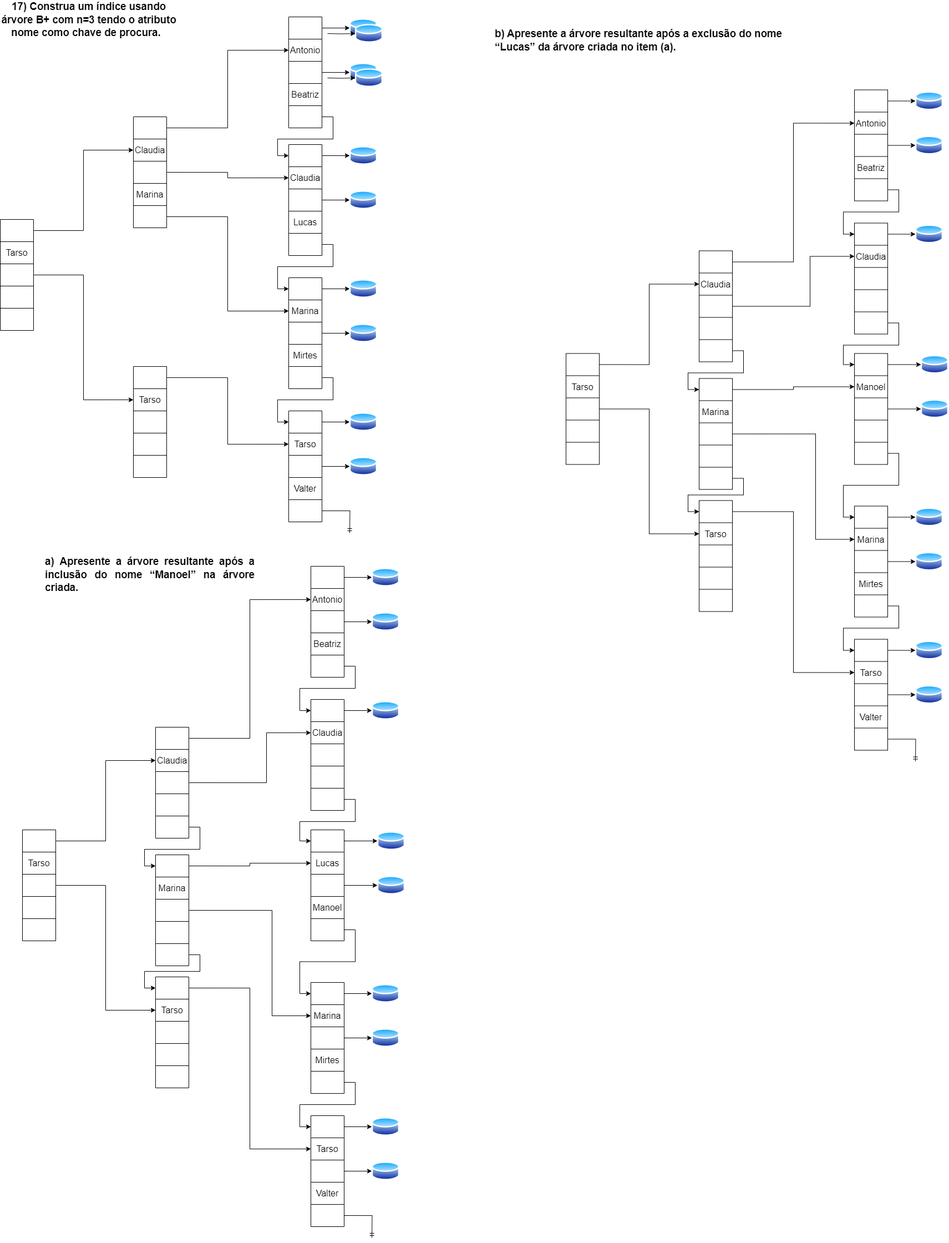
This is Arvore B+.drawio.png from VitorFonseca123/exerc_indice_BD, a draw.io export, as it was before one commit. Source tidied: cells renumbered, new cells last; positions are measured from the earlier drawing's top-left corner, leaving out a move shared by most shapes.
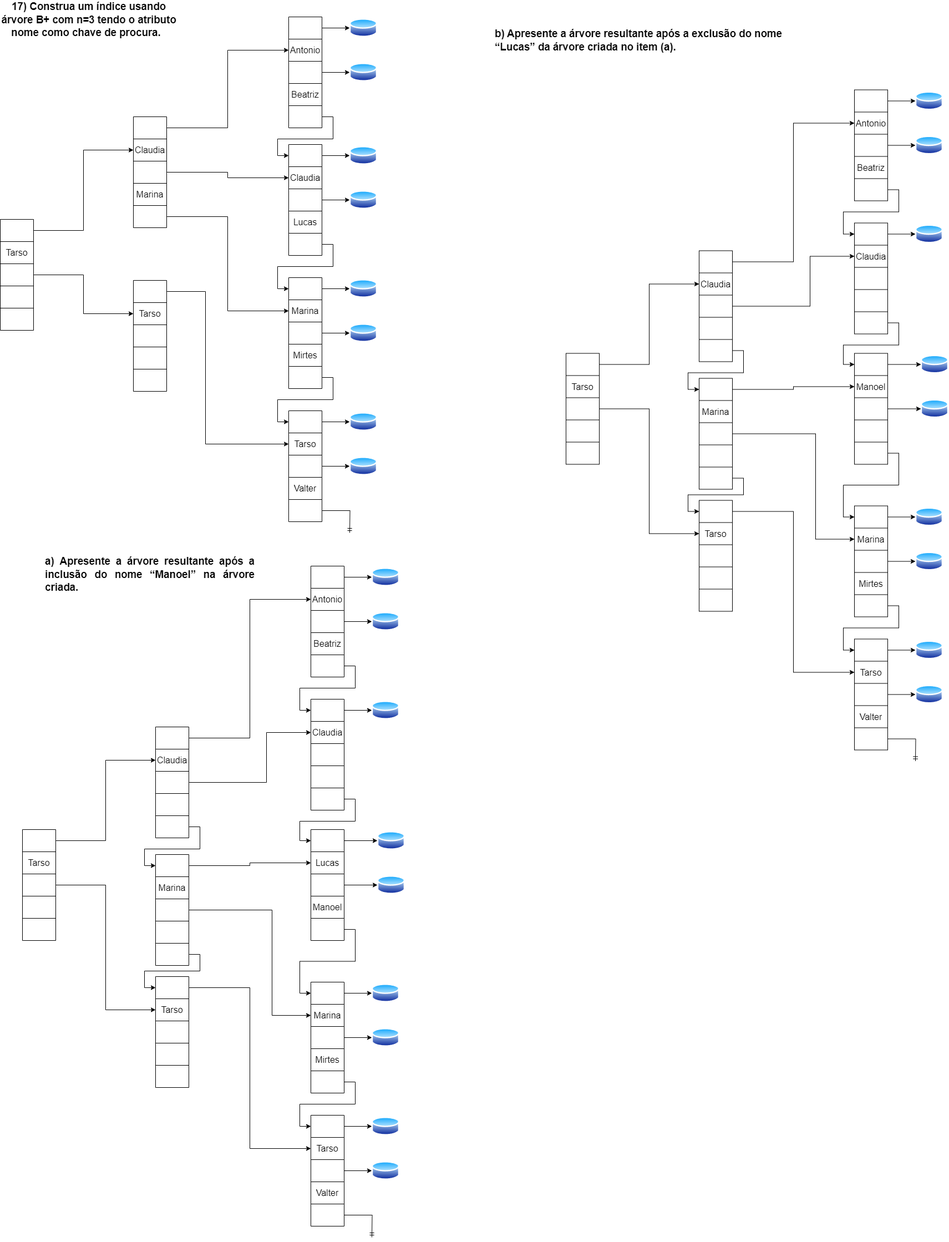
The same diagram one commit later.

Diff of the diagram source:
```diff
@@ -239,7 +239,7 @@
       <mxGeometry relative="1" as="geometry" />
     </mxCell>
     <mxCell id="80" style="shape=table;startSize=0;fontSize=16;" parent="1" vertex="1">
-      <mxGeometry x="240" y="640" width="60" height="200" as="geometry" />
+      <mxGeometry x="240" y="485" width="60" height="200" as="geometry" />
     </mxCell>
     <mxCell id="81" style="shape=tableRow;horizontal=0;startSize=0;swimlaneHead=0;swimlaneBody=0;strokeColor=inherit;top=0;left=0;bottom=0;right=0;fillColor=none;points=[[0,0.5],[1,0.5]];portConstraint=eastwest;fontSize=16;" parent="80" vertex="1">
       <mxGeometry width="60" height="40" as="geometry" />
@@ -271,9 +271,6 @@
     <mxCell id="90" style="shape=partialRectangle;html=1;whiteSpace=wrap;strokeColor=inherit;overflow=hidden;fillColor=none;top=0;left=0;bottom=0;right=0;fontSize=16;" parent="89" vertex="1">
       <mxGeometry width="60" height="40" as="geometry" />
     </mxCell>
-    <mxCell id="91" style="edgeStyle=orthogonalEdgeStyle;rounded=0;jettySize=auto;html=1;exitX=1;exitY=0.5;exitDx=0;exitDy=0;entryX=0;entryY=0.5;entryDx=0;entryDy=0;" parent="1" edge="1" source="81" target="52">
-      <mxGeometry relative="1" as="geometry" />
-    </mxCell>
     <mxCell id="92" style="shape=table;startSize=0;fontSize=16;" parent="1" vertex="1">
       <mxGeometry y="375" width="60" height="200" as="geometry" />
     </mxCell>
@@ -310,9 +307,6 @@
     <mxCell id="103" style="edgeStyle=orthogonalEdgeStyle;rounded=0;jettySize=auto;html=1;exitX=1;exitY=0.5;exitDx=0;exitDy=0;entryX=0;entryY=0.5;entryDx=0;entryDy=0;" parent="1" edge="1" source="93" target="69">
       <mxGeometry relative="1" as="geometry" />
     </mxCell>
-    <mxCell id="104" style="edgeStyle=orthogonalEdgeStyle;rounded=0;jettySize=auto;html=1;exitX=1;exitY=0.5;exitDx=0;exitDy=0;entryX=0;entryY=0.5;entryDx=0;entryDy=0;" parent="1" edge="1" source="97" target="83">
-      <mxGeometry relative="1" as="geometry" />
-    </mxCell>
     <mxCell id="105" value="&lt;div style=&quot;text-align: justify;&quot;&gt;&lt;span style=&quot;accent-color: auto; place-content: normal; place-items: normal; place-self: auto; alignment-baseline: auto; animation: 0s ease 0s 1 normal none running none; animation-composition: replace; app-region: none; appearance: none; aspect-ratio: auto; backdrop-filter: none; backface-visibility: visible; background: none 0% 0% / auto repeat scroll padding-box border-box rgba(0, 0, 0, 0); background-blend-mode: normal; baseline-shift: 0px; baseline-source: auto; border-image: none 100% / 1 / 0 stretch; border-color: rgb(0, 0, 0); border-collapse: separate; border-end-end-radius: 0px; border-end-start-radius: 0px; border-width: 0px; border-style: none; border-spacing: 0px; border-start-end-radius: 0px; border-start-start-radius: 0px; border-radius: 0px; inset: auto; box-shadow: none; box-sizing: content-box; break-after: auto; break-before: auto; break-inside: auto; buffered-rendering: auto; caption-side: top; caret-color: rgb(0, 0, 0); clear: none; clip: auto; clip-path: none; clip-rule: nonzero; color-interpolation: srgb; color-interpolation-filters: linearrgb; color-rendering: auto; color-scheme: normal; columns: auto; column-fill: balance; gap: normal; column-rule: 0px rgb(0, 0, 0); column-span: none; contain: none; contain-intrinsic-block-size: none; contain-intrinsic-size: none; contain-intrinsic-inline-size: none; container: none; content: normal; content-visibility: visible; counter-increment: none; counter-reset: none; counter-set: none; cursor: text; cx: 0px; cy: 0px; d: none; direction: ltr; display: inline; dominant-baseline: auto; empty-cells: show; field-sizing: fixed; fill: rgb(0, 0, 0); fill-opacity: 1; fill-rule: nonzero; filter: none; flex: 0 1 auto; flex-flow: row; float: none; flood-color: rgb(0, 0, 0); flood-opacity: 1; font-family: WordVisi_MSFontService, Arial, Arial_EmbeddedFont, Arial_MSFontService, sans-serif; font-feature-settings: normal; font-kerning: none; font-optical-sizing: auto; font-palette: normal; font-size: 18.6667px; font-stretch: 100%; font-synthesis: weight style small-caps; font-variant-ligatures: none; font-variant-numeric: normal; font-variant-east-asian: normal; font-variant-alternates: normal; font-variant-position: normal; font-variation-settings: normal; font-weight: 700; forced-color-adjust: auto; grid-area: auto; grid: none; height: auto; hyphenate-character: auto; hyphenate-limit-chars: auto; hyphens: manual; image-orientation: from-image; image-rendering: auto; initial-letter: normal; inline-size: auto; inset-block: auto; inset-inline: auto; isolation: auto; lighting-color: rgb(255, 255, 255); line-break: auto; line-height: 23.7417px; list-style: outside none disc; margin: 0px; marker: none; mask: none; mask-type: luminance; math-depth: 0; math-shift: normal; math-style: normal; max-height: none; max-width: none; min-height: 0px; min-width: 0px; mix-blend-mode: normal; object-fit: fill; object-position: 50% 50%; object-view-box: none; offset: normal; opacity: 1; order: 0; outline: rgb(0, 0, 0) none 0px; outline-offset: 0px; overflow: visible; overflow-anchor: auto; overflow-clip-margin: 0px; overflow-wrap: break-word; overlay: none; overscroll-behavior-block: auto; overscroll-behavior-inline: auto; overscroll-behavior: auto; padding: 0px; page: auto; paint-order: normal; perspective: none; perspective-origin: 0px 0px; pointer-events: auto; position: static; quotes: auto; r: 0px; resize: none; rotate: none; ruby-position: over; rx: auto; ry: auto; scale: none; scroll-behavior: auto; scroll-margin-block: 0px; scroll-margin: 0px; scroll-margin-inline: 0px; scroll-padding-block: auto; scroll-padding: auto; scroll-padding-inline: auto; scroll-snap-align: none; scroll-snap-stop: normal; scroll-snap-type: none; scroll-timeline: none; scrollbar-color: auto; scrollbar-gutter: auto; scrollbar-width: auto; shape-image-threshold: 0; shape-margin: 0px; shape-outside: none; shape-rendering: auto; speak: normal; stop-color: rgb(0, 0, 0); stop-opacity: 1; stroke: none; stroke-dasharray: none; stroke-dashoffset: 0px; stroke-linecap: butt; stroke-linejoin: miter; stroke-miterlimit: 4; stroke-opacity: 1; stroke-width: 1px; tab-size: 8; table-layout: auto; text-align-last: auto; text-anchor: start; text-combine-upright: none; text-decoration-style: solid; text-decoration-color: rgb(0, 0, 0); text-decoration-skip-ink: auto; text-emphasis: none rgb(0, 0, 0); text-emphasis-position: over; text-orientation: mixed; text-overflow: clip; text-rendering: auto; text-shadow: none; text-size-adjust: auto; text-spacing-trim: normal; text-underline-offset: auto; text-underline-position: auto; white-space-collapse: preserve; timeline-scope: none; touch-action: auto; transform: none; transform-box: view-box; transform-origin: 0px 0px; transform-style: flat; transition: all 0s ease 0s; translate: none; unicode-bidi: normal; user-select: text; vector-effect: none; vertical-align: baseline; view-timeline: none; view-transition-name: none; visibility: visible; border-block-end: 0px none rgb(0, 0, 0); border-block-start: 0px none rgb(0, 0, 0); border-inline-end: 0px none rgb(0, 0, 0); -webkit-border-image: none; border-inline-start: 0px none rgb(0, 0, 0); -webkit-box-align: stretch; -webkit-box-decoration-break: slice; -webkit-box-direction: normal; -webkit-box-flex: 0; -webkit-box-ordinal-group: 1; -webkit-box-orient: horizontal; -webkit-box-pack: start; -webkit-font-smoothing: auto; -webkit-line-break: auto; -webkit-locale: &amp;quot;pt-BR&amp;quot;; block-size: auto; margin-block: 0px; margin-inline: 0px; -webkit-mask-box-image-source: none; -webkit-mask-box-image-slice: 0 fill; -webkit-mask-box-image-width: auto; -webkit-mask-box-image-outset: 0; -webkit-mask-box-image-repeat: stretch; max-block-size: none; max-inline-size: none; min-block-size: 0px; min-inline-size: 0px; padding-block: 0px; padding-inline: 0px; -webkit-print-color-adjust: economy; -webkit-rtl-ordering: logical; -webkit-ruby-position: before; -webkit-tap-highlight-color: rgba(0, 0, 0, 0); -webkit-text-combine: none; -webkit-text-fill-color: rgb(0, 0, 0); -webkit-text-orientation: vertical-right; -webkit-text-security: none; -webkit-text-stroke-color: rgb(0, 0, 0); -webkit-user-drag: none; -webkit-user-modify: read-only; -webkit-writing-mode: horizontal-tb; width: auto; will-change: auto; word-break: normal; writing-mode: horizontal-tb; x: 0px; y: 0px; z-index: auto; zoom: 1;&quot; class=&quot;TextRun SCXW45515141 BCX0&quot; lang=&quot;PT-BR&quot; data-contrast=&quot;auto&quot;&gt;&lt;span class=&quot;NormalTextRun SCXW45515141 BCX0&quot;&gt;a) Apresente a árvore resultante após a inclusão do nome “Manoel” na árvore criada. &lt;/span&gt;&lt;/span&gt;&lt;/div&gt;" style="text;html=1;align=center;verticalAlign=middle;whiteSpace=wrap;rounded=0;" parent="1" vertex="1">
       <mxGeometry x="80" y="1000" width="380" height="30" as="geometry" />
     </mxCell>
@@ -1143,22 +1137,6 @@
         </Array>
       </mxGeometry>
     </mxCell>
-    <mxCell id="369" style="image;perimeter=ellipsePerimeter;html=1;align=center;shadow=0;dashed=0;spacingTop=3;image=img/lib/active_directory/database.svg;" parent="1" vertex="1">
-      <mxGeometry x="640" y="21.5" width="50" height="37" as="geometry" />
-    </mxCell>
-    <mxCell id="370" style="edgeStyle=orthogonalEdgeStyle;rounded=0;jettySize=auto;html=1;exitX=1;exitY=0.5;exitDx=0;exitDy=0;entryX=0;entryY=0.5;entryDx=0;entryDy=0;" parent="1" edge="1" target="369">
-      <mxGeometry relative="1" as="geometry">
-        <mxPoint x="590" y="40" as="sourcePoint" />
-      </mxGeometry>
-    </mxCell>
-    <mxCell id="371" style="image;perimeter=ellipsePerimeter;html=1;align=center;shadow=0;dashed=0;spacingTop=3;image=img/lib/active_directory/database.svg;" parent="1" vertex="1">
-      <mxGeometry x="640" y="101.5" width="50" height="37" as="geometry" />
-    </mxCell>
-    <mxCell id="372" style="edgeStyle=orthogonalEdgeStyle;rounded=0;jettySize=auto;html=1;exitX=1;exitY=0.5;exitDx=0;exitDy=0;entryX=0;entryY=0.5;entryDx=0;entryDy=0;" parent="1" edge="1" target="371">
-      <mxGeometry relative="1" as="geometry">
-        <mxPoint x="590" y="120" as="sourcePoint" />
-      </mxGeometry>
-    </mxCell>
     <mxCell id="373" style="shape=tableRow;horizontal=0;startSize=0;swimlaneHead=0;swimlaneBody=0;strokeColor=inherit;top=0;left=0;bottom=0;right=0;fillColor=none;fontSize=16;" parent="1" vertex="1">
       <mxGeometry x="250" y="650" width="60" height="40" as="geometry" />
     </mxCell>
@@ -1168,5 +1146,16 @@
     <mxCell id="375" value="&lt;span style=&quot;-webkit-user-drag: none; -webkit-tap-highlight-color: transparent; margin: 0px; padding: 0px; user-select: text; text-align: justify; white-space-collapse: preserve; background-color: rgb(255, 255, 255); font-size: 14pt; line-height: 23.7417px; font-family: Arial, Arial_EmbeddedFont, Arial_MSFontService, sans-serif; font-weight: bold; font-variant-ligatures: none !important;&quot; class=&quot;TextRun SCXW49398204 BCX0&quot; lang=&quot;PT-BR&quot;&gt;&lt;span style=&quot;-webkit-user-drag: none; -webkit-tap-highlight-color: transparent; margin: 0px; padding: 0px; user-select: text;&quot; class=&quot;NormalTextRun SCXW49398204 BCX0&quot;&gt;17) Construa um índice usando árvore B+ com n=3 tendo o atributo nome como chave de procura. &lt;/span&gt;&lt;/span&gt;&lt;span style=&quot;-webkit-user-drag: none; -webkit-tap-highlight-color: transparent; margin: 0px; padding: 0px; user-select: text; text-align: justify; white-space-collapse: preserve; background-color: rgb(255, 255, 255); font-size: 14pt; line-height: 23.7417px; font-family: Arial, Arial_EmbeddedFont, Arial_MSFontService, sans-serif;&quot; data-ccp-props=&quot;{&amp;quot;134233117&amp;quot;:false,&amp;quot;134233118&amp;quot;:false,&amp;quot;201341983&amp;quot;:0,&amp;quot;335551550&amp;quot;:6,&amp;quot;335551620&amp;quot;:6,&amp;quot;335559685&amp;quot;:0,&amp;quot;335559737&amp;quot;:0,&amp;quot;335559738&amp;quot;:0,&amp;quot;335559739&amp;quot;:160,&amp;quot;335559740&amp;quot;:259}&quot; class=&quot;EOP SCXW49398204 BCX0&quot;&gt;&amp;nbsp;&lt;/span&gt;" style="text;html=1;align=center;verticalAlign=middle;whiteSpace=wrap;rounded=0;" parent="1" vertex="1">
       <mxGeometry width="320" height="30" as="geometry" />
     </mxCell>
+    <mxCell id="104" style="edgeStyle=orthogonalEdgeStyle;rounded=0;jettySize=auto;html=1;exitX=1;exitY=0.5;exitDx=0;exitDy=0;entryX=0;entryY=0.5;entryDx=0;entryDy=0;" parent="1" edge="1" source="97" target="83">
+      <mxGeometry relative="1" as="geometry" />
+    </mxCell>
+    <mxCell id="91" style="edgeStyle=orthogonalEdgeStyle;rounded=0;jettySize=auto;html=1;exitX=1;exitY=0.5;exitDx=0;exitDy=0;entryX=0;entryY=0.5;entryDx=0;entryDy=0;" parent="1" edge="1" source="81" target="52">
+      <mxGeometry relative="1" as="geometry">
+        <Array as="points">
+          <mxPoint x="370" y="505" />
+          <mxPoint x="370" y="780" />
+        </Array>
+      </mxGeometry>
+    </mxCell>
   </root>
 </mxGraphModel>
```
